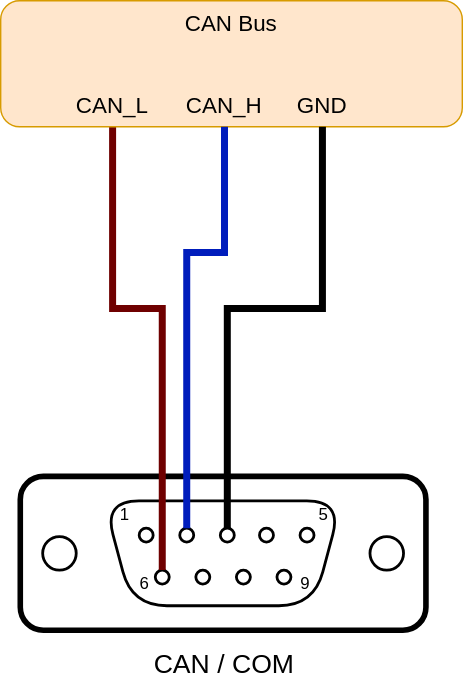
This is docs/user-docs/images/edge-solutions/moducop/io-modules/iou06/can-layout1-conn.svg from ci4rail/docs, a draw.io export, as it was before one commit. Source tidied: cells renumbered, new cells last; positions are measured from the earlier drawing's top-left corner, leaving out a move shared by most shapes. The source it was exported from:
```xml
<mxGraphModel>
  <root>
    <mxCell id="0" />
    <mxCell id="1" parent="0" />
    <mxCell id="2" style="group;" parent="1" vertex="1">
      <mxGeometry x="14" y="340" width="290" height="110" as="geometry" />
    </mxCell>
    <mxCell id="3" style="rounded=1;whiteSpace=wrap;html=1;strokeColor=#000000;strokeWidth=4;fillColor=#FFFFFF;" parent="2" vertex="1">
      <mxGeometry width="290" height="110" as="geometry" />
    </mxCell>
    <mxCell id="4" style="shape=trapezoid;perimeter=trapezoidPerimeter;whiteSpace=wrap;html=1;fixedSize=1;size=20;rotation=-180;rounded=1;arcSize=50;strokeWidth=2;" parent="2" vertex="1">
      <mxGeometry x="59.8" y="17.5" width="170" height="75" as="geometry" />
    </mxCell>
    <mxCell id="5" style="ellipse;whiteSpace=wrap;html=1;fillColor=none;strokeColor=#000000;strokeWidth=2;" parent="2" vertex="1">
      <mxGeometry x="16" y="43" width="24" height="24" as="geometry" />
    </mxCell>
    <mxCell id="6" style="ellipse;whiteSpace=wrap;html=1;fillColor=none;strokeColor=#000000;strokeWidth=2;" parent="2" vertex="1">
      <mxGeometry x="250" y="43" width="24" height="24" as="geometry" />
    </mxCell>
    <mxCell id="7" style="ellipse;whiteSpace=wrap;html=1;fillColor=none;strokeColor=#000000;strokeWidth=2;" parent="2" vertex="1">
      <mxGeometry x="85" y="37" width="10" height="10" as="geometry" />
    </mxCell>
    <mxCell id="8" style="ellipse;whiteSpace=wrap;html=1;fillColor=none;strokeColor=#000000;strokeWidth=2;" parent="2" vertex="1">
      <mxGeometry x="114" y="37" width="10" height="10" as="geometry" />
    </mxCell>
    <mxCell id="9" style="ellipse;whiteSpace=wrap;html=1;fillColor=none;strokeColor=#000000;strokeWidth=2;" parent="2" vertex="1">
      <mxGeometry x="143" y="37" width="10" height="10" as="geometry" />
    </mxCell>
    <mxCell id="10" style="ellipse;whiteSpace=wrap;html=1;fillColor=none;strokeColor=#000000;strokeWidth=2;" parent="2" vertex="1">
      <mxGeometry x="171" y="37" width="10" height="10" as="geometry" />
    </mxCell>
    <mxCell id="11" style="ellipse;whiteSpace=wrap;html=1;fillColor=none;strokeColor=#000000;strokeWidth=2;" parent="2" vertex="1">
      <mxGeometry x="200" y="37" width="10" height="10" as="geometry" />
    </mxCell>
    <mxCell id="12" style="ellipse;whiteSpace=wrap;html=1;fillColor=none;strokeColor=#000000;strokeWidth=2;" parent="2" vertex="1">
      <mxGeometry x="96.5" y="67" width="10" height="10" as="geometry" />
    </mxCell>
    <mxCell id="13" style="ellipse;whiteSpace=wrap;html=1;fillColor=none;strokeColor=#000000;strokeWidth=2;" parent="2" vertex="1">
      <mxGeometry x="125.5" y="67" width="10" height="10" as="geometry" />
    </mxCell>
    <mxCell id="14" style="ellipse;whiteSpace=wrap;html=1;fillColor=none;strokeColor=#000000;strokeWidth=2;" parent="2" vertex="1">
      <mxGeometry x="154.5" y="67" width="10" height="10" as="geometry" />
    </mxCell>
    <mxCell id="15" style="ellipse;whiteSpace=wrap;html=1;fillColor=none;strokeColor=#000000;strokeWidth=2;" parent="2" vertex="1">
      <mxGeometry x="183.5" y="67" width="10" height="10" as="geometry" />
    </mxCell>
    <mxCell id="16" value="1" style="text;html=1;strokeColor=none;fillColor=none;align=center;verticalAlign=middle;whiteSpace=wrap;rounded=0;" parent="2" vertex="1">
      <mxGeometry x="68" y="17.5" width="13.5" height="20" as="geometry" />
    </mxCell>
    <mxCell id="17" value="5" style="text;html=1;strokeColor=none;fillColor=none;align=center;verticalAlign=middle;whiteSpace=wrap;rounded=0;" parent="2" vertex="1">
      <mxGeometry x="210" y="17.5" width="13.5" height="20" as="geometry" />
    </mxCell>
    <mxCell id="18" value="9" style="text;html=1;strokeColor=none;fillColor=none;align=center;verticalAlign=middle;whiteSpace=wrap;rounded=0;" parent="2" vertex="1">
      <mxGeometry x="196.5" y="67" width="13.5" height="20" as="geometry" />
    </mxCell>
    <mxCell id="19" value="6" style="text;html=1;strokeColor=none;fillColor=none;align=center;verticalAlign=middle;whiteSpace=wrap;rounded=0;" parent="2" vertex="1">
      <mxGeometry x="81.5" y="67" width="13.5" height="20" as="geometry" />
    </mxCell>
    <mxCell id="20" style="rounded=0;jettySize=auto;html=1;endArrow=none;endFill=0;strokeWidth=5;fillColor=#a20025;strokeColor=#6F0000;edgeStyle=orthogonalEdgeStyle;exitX=0.5;exitY=1;exitDx=0;exitDy=0;entryX=0.5;entryY=0;entryDx=0;entryDy=0;" parent="1" edge="1" source="23" target="12">
      <mxGeometry relative="1" as="geometry">
        <Array as="points">
          <mxPoint x="80" y="220" />
          <mxPoint x="115" y="220" />
        </Array>
      </mxGeometry>
    </mxCell>
    <mxCell id="21" value="CAN Bus" style="rounded=1;whiteSpace=wrap;html=1;verticalAlign=top;fillColor=#ffe6cc;strokeColor=#d79b00;fontSize=16;" parent="1" vertex="1">
      <mxGeometry width="330" height="90" as="geometry" />
    </mxCell>
    <mxCell id="22" value="GND" style="text;html=1;strokeColor=none;fillColor=none;align=center;verticalAlign=middle;whiteSpace=wrap;rounded=0;fontSize=16;" parent="1" vertex="1">
      <mxGeometry x="200" y="60" width="60" height="30" as="geometry" />
    </mxCell>
    <mxCell id="23" value="CAN_L" style="text;html=1;strokeColor=none;fillColor=none;align=center;verticalAlign=middle;whiteSpace=wrap;rounded=0;fontSize=16;" parent="1" vertex="1">
      <mxGeometry x="50" y="60" width="60" height="30" as="geometry" />
    </mxCell>
    <mxCell id="24" value="CAN_H" style="text;html=1;strokeColor=none;fillColor=none;align=center;verticalAlign=middle;whiteSpace=wrap;rounded=0;fontSize=16;" parent="1" vertex="1">
      <mxGeometry x="130" y="60" width="60" height="30" as="geometry" />
    </mxCell>
    <mxCell id="25" value="CAN / COM" style="text;html=1;strokeColor=none;fillColor=none;align=center;verticalAlign=middle;whiteSpace=wrap;rounded=0;fontSize=19;" parent="1" vertex="1">
      <mxGeometry x="70" y="460" width="180" height="30" as="geometry" />
    </mxCell>
    <mxCell id="26" style="rounded=0;jettySize=auto;html=1;exitX=0.5;exitY=1;exitDx=0;exitDy=0;endArrow=none;endFill=0;strokeWidth=5;edgeStyle=orthogonalEdgeStyle;entryX=0.5;entryY=0;entryDx=0;entryDy=0;" parent="1" edge="1" source="22" target="9">
      <mxGeometry relative="1" as="geometry">
        <Array as="points">
          <mxPoint x="230" y="220" />
          <mxPoint x="162" y="220" />
        </Array>
      </mxGeometry>
    </mxCell>
    <mxCell id="27" style="rounded=0;jettySize=auto;html=1;endArrow=none;endFill=0;strokeWidth=5;fillColor=#0050ef;strokeColor=#001DBC;exitX=0.5;exitY=1;exitDx=0;exitDy=0;edgeStyle=orthogonalEdgeStyle;entryX=0.5;entryY=0;entryDx=0;entryDy=0;" parent="1" edge="1" source="24" target="8">
      <mxGeometry relative="1" as="geometry">
        <Array as="points">
          <mxPoint x="160" y="180" />
          <mxPoint x="133" y="180" />
        </Array>
      </mxGeometry>
    </mxCell>
  </root>
</mxGraphModel>
```
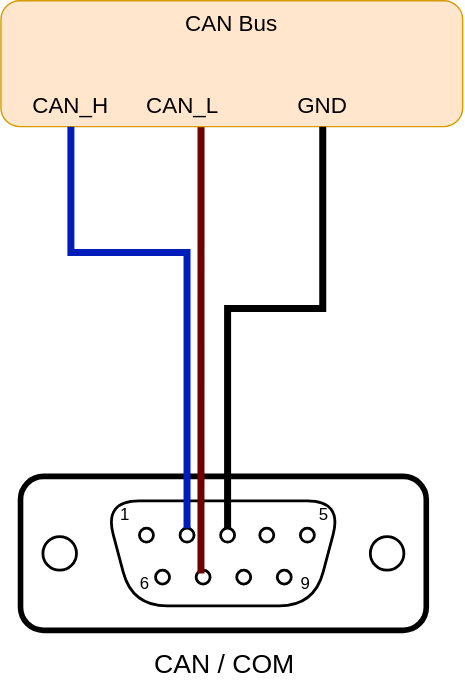
Above is the later version.

The edit, as a diff of the source:
```diff
@@ -56,11 +56,12 @@
     <mxCell id="19" value="6" style="text;html=1;strokeColor=none;fillColor=none;align=center;verticalAlign=middle;whiteSpace=wrap;rounded=0;" parent="2" vertex="1">
       <mxGeometry x="81.5" y="67" width="13.5" height="20" as="geometry" />
     </mxCell>
-    <mxCell id="20" style="rounded=0;jettySize=auto;html=1;endArrow=none;endFill=0;strokeWidth=5;fillColor=#a20025;strokeColor=#6F0000;edgeStyle=orthogonalEdgeStyle;exitX=0.5;exitY=1;exitDx=0;exitDy=0;entryX=0.5;entryY=0;entryDx=0;entryDy=0;" parent="1" edge="1" source="23" target="12">
+    <mxCell id="20" style="rounded=0;jettySize=auto;html=1;endArrow=none;endFill=0;strokeWidth=5;fillColor=#a20025;strokeColor=#6F0000;edgeStyle=orthogonalEdgeStyle;entryX=0;entryY=0;entryDx=0;entryDy=0;" parent="1" edge="1" source="23">
       <mxGeometry relative="1" as="geometry">
+        <mxPoint x="143" y="409.5" as="targetPoint" />
         <Array as="points">
-          <mxPoint x="80" y="220" />
-          <mxPoint x="115" y="220" />
+          <mxPoint x="143" y="170" />
+          <mxPoint x="143" y="170" />
         </Array>
       </mxGeometry>
     </mxCell>
@@ -70,11 +71,8 @@
     <mxCell id="22" value="GND" style="text;html=1;strokeColor=none;fillColor=none;align=center;verticalAlign=middle;whiteSpace=wrap;rounded=0;fontSize=16;" parent="1" vertex="1">
       <mxGeometry x="200" y="60" width="60" height="30" as="geometry" />
     </mxCell>
-    <mxCell id="23" value="CAN_L" style="text;html=1;strokeColor=none;fillColor=none;align=center;verticalAlign=middle;whiteSpace=wrap;rounded=0;fontSize=16;" parent="1" vertex="1">
-      <mxGeometry x="50" y="60" width="60" height="30" as="geometry" />
-    </mxCell>
     <mxCell id="24" value="CAN_H" style="text;html=1;strokeColor=none;fillColor=none;align=center;verticalAlign=middle;whiteSpace=wrap;rounded=0;fontSize=16;" parent="1" vertex="1">
-      <mxGeometry x="130" y="60" width="60" height="30" as="geometry" />
+      <mxGeometry x="20" y="60" width="60" height="30" as="geometry" />
     </mxCell>
     <mxCell id="25" value="CAN / COM" style="text;html=1;strokeColor=none;fillColor=none;align=center;verticalAlign=middle;whiteSpace=wrap;rounded=0;fontSize=19;" parent="1" vertex="1">
       <mxGeometry x="70" y="460" width="180" height="30" as="geometry" />
@@ -87,13 +85,16 @@
         </Array>
       </mxGeometry>
     </mxCell>
-    <mxCell id="27" style="rounded=0;jettySize=auto;html=1;endArrow=none;endFill=0;strokeWidth=5;fillColor=#0050ef;strokeColor=#001DBC;exitX=0.5;exitY=1;exitDx=0;exitDy=0;edgeStyle=orthogonalEdgeStyle;entryX=0.5;entryY=0;entryDx=0;entryDy=0;" parent="1" edge="1" source="24" target="8">
+    <mxCell id="27" style="rounded=0;jettySize=auto;html=1;endArrow=none;endFill=0;strokeWidth=5;fillColor=#0050ef;strokeColor=#001DBC;edgeStyle=orthogonalEdgeStyle;entryX=0.5;entryY=0;entryDx=0;entryDy=0;" parent="1" edge="1" source="24" target="8">
       <mxGeometry relative="1" as="geometry">
         <Array as="points">
-          <mxPoint x="160" y="180" />
+          <mxPoint x="50" y="180" />
           <mxPoint x="133" y="180" />
         </Array>
       </mxGeometry>
     </mxCell>
+    <mxCell id="23" value="CAN_L" style="text;html=1;strokeColor=none;fillColor=none;align=center;verticalAlign=middle;whiteSpace=wrap;rounded=0;fontSize=16;" parent="1" vertex="1">
+      <mxGeometry x="100" y="60" width="60" height="30" as="geometry" />
+    </mxCell>
   </root>
 </mxGraphModel>
```
